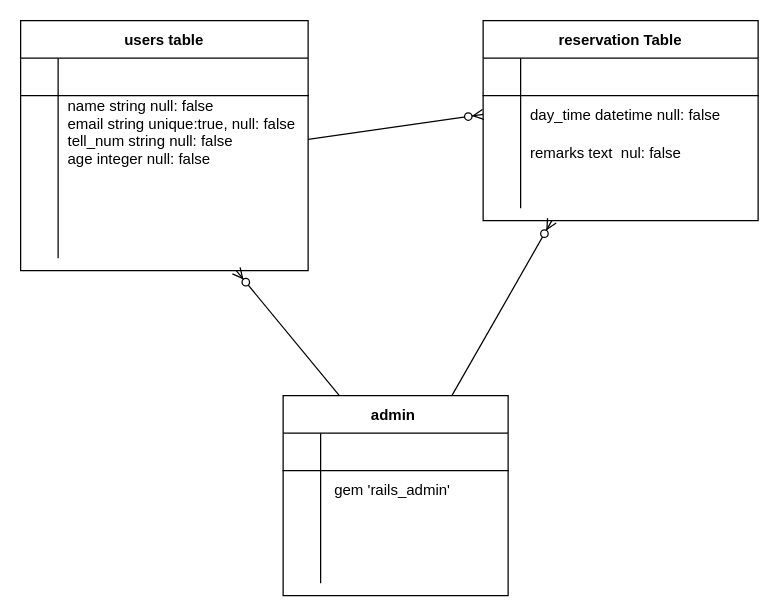
Earlier version of the draw.io diagram archive.dio (bboykenji0407/archive-ideal). Source tidied: cells renumbered, new cells numbered last; positions are measured from the earlier drawing's top-left corner, leaving out a move shared by most shapes. Both pictures are drawn from the tidied source at 125%, with x=0, y=0 at pixel (20, 20).
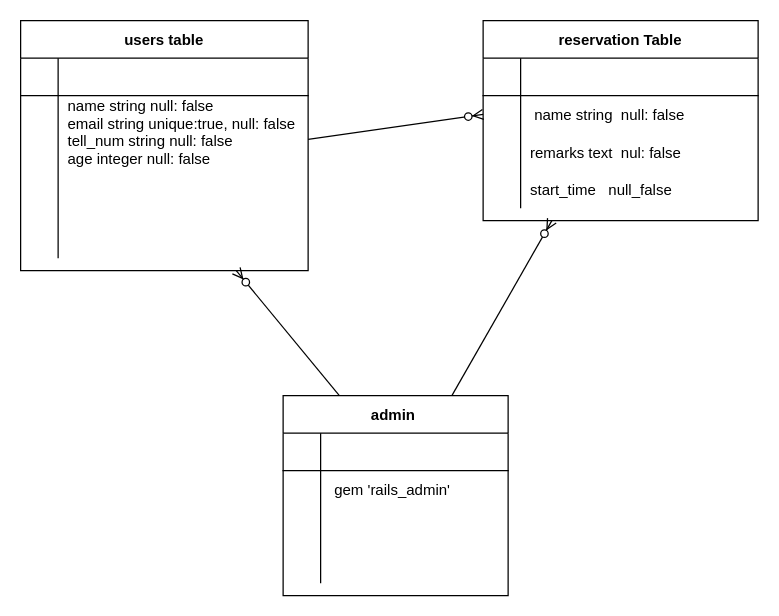
After the change.

Unchanged cells that the change refers to:
```xml
<mxCell id="19" style="shape=partialRectangle;fillColor=none;top=0;left=0;bottom=0;right=0;points=[[0,0.5],[1,0.5]];portConstraint=eastwest;" parent="15" vertex="1">
  <mxGeometry y="60" width="220" height="30" as="geometry" />
</mxCell>
<mxCell id="25" style="shape=partialRectangle;fillColor=none;top=0;left=0;bottom=0;right=0;" parent="15" vertex="1">
  <mxGeometry y="120" width="220" height="30" as="geometry" />
</mxCell>
```

What changed in the source:
```diff
@@
-    <mxCell id="21" value="day_time datetime null: false" style="shape=partialRectangle;fillColor=none;top=0;left=0;bottom=0;right=0;align=left;spacingLeft=6;overflow=hidden;" parent="19" vertex="1">
+    <mxCell id="21" value=" name string  null: false" style="shape=partialRectangle;fillColor=none;top=0;left=0;bottom=0;right=0;align=left;spacingLeft=6;overflow=hidden;" parent="19" vertex="1">
       <mxGeometry x="30" width="190" height="30" as="geometry" />
     </mxCell>
@@
-    <mxCell id="27" style="shape=partialRectangle;fillColor=none;top=0;left=0;bottom=0;right=0;align=left;spacingLeft=6;overflow=hidden;" parent="25" vertex="1">
+    <mxCell id="27" value="start_time   null_false" style="shape=partialRectangle;fillColor=none;top=0;left=0;bottom=0;right=0;align=left;spacingLeft=6;overflow=hidden;" parent="25" vertex="1">
       <mxGeometry x="30" width="190" height="30" as="geometry" />
     </mxCell>
```
